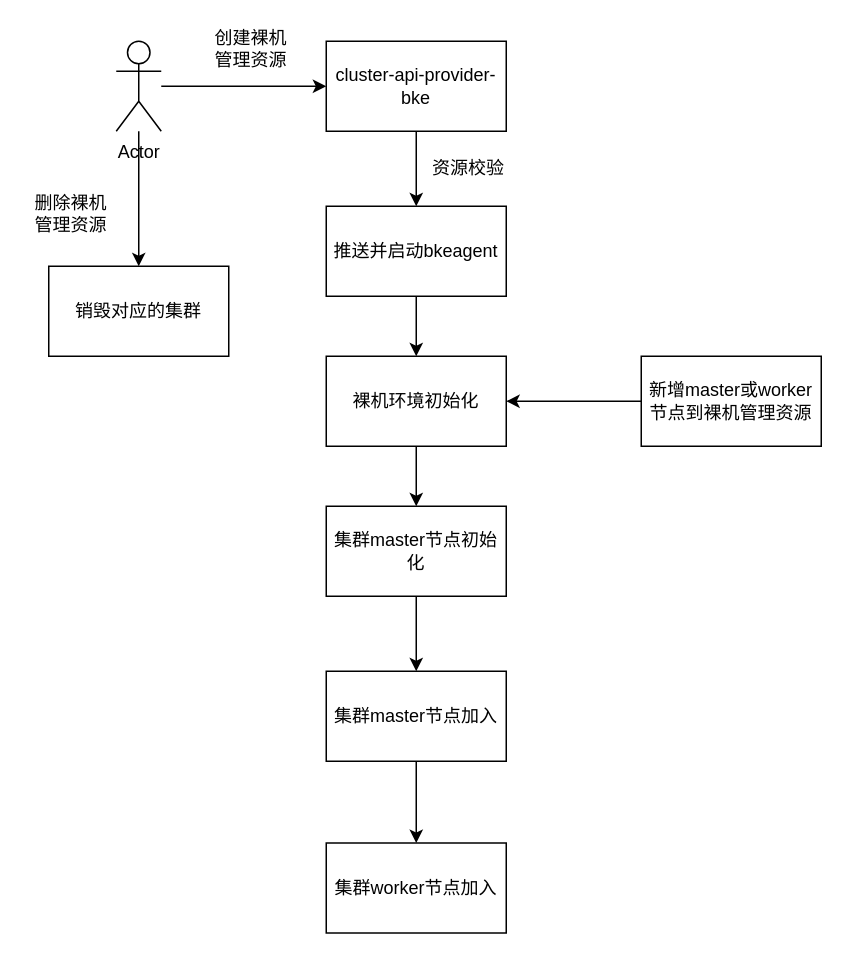
The draw.io diagram 未命名绘图.drawio in oldcc02/draw-io, before the edit. Source tidied: cells renumbered, new cells numbered last; positions are measured from the earlier drawing's top-left corner, leaving out a move shared by most shapes. Both pictures are drawn from the tidied source at 150%, with x=0, y=0 at pixel (26, 26).
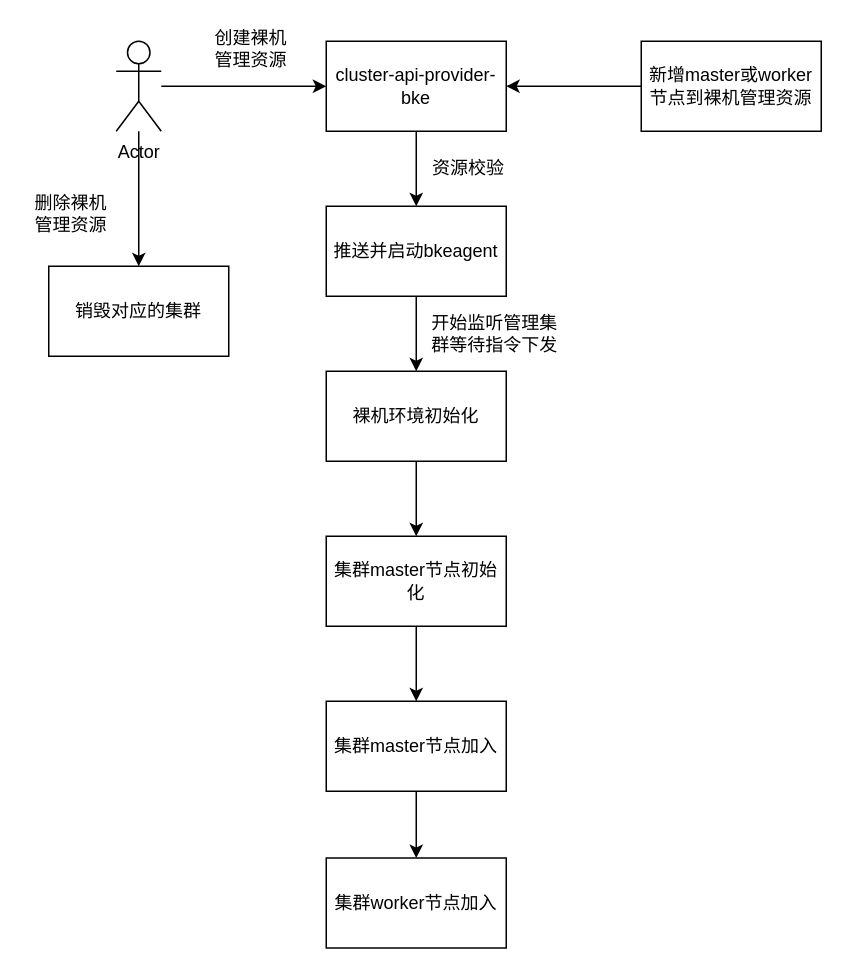
Above is the later version.

Unchanged cells that the change refers to:
```xml
<mxCell id="6" value="cluster-api-provider-bke" style="whiteSpace=wrap;html=1;rounded=0;" parent="1" vertex="1">
  <mxGeometry x="200" y="10" width="120" height="60" as="geometry" />
</mxCell>
```

Diff of the diagram source:
```diff
@@
     <mxCell id="11" value="裸机环境初始化" style="whiteSpace=wrap;html=1;rounded=0;" parent="1" vertex="1">
-      <mxGeometry x="200" y="220" width="120" height="60" as="geometry" />
+      <mxGeometry x="200" y="230" width="120" height="60" as="geometry" />
     </mxCell>
@@
     <mxCell id="14" value="集群master节点初始化" style="whiteSpace=wrap;html=1;rounded=0;" parent="1" vertex="1">
-      <mxGeometry x="200" y="320" width="120" height="60" as="geometry" />
+      <mxGeometry x="200" y="340" width="120" height="60" as="geometry" />
     </mxCell>
@@
     <mxCell id="16" value="集群master节点加入" style="whiteSpace=wrap;html=1;rounded=0;" parent="1" vertex="1">
-      <mxGeometry x="200" y="430" width="120" height="60" as="geometry" />
+      <mxGeometry x="200" y="450" width="120" height="60" as="geometry" />
     </mxCell>
     <mxCell id="17" value="集群worker节点加入" style="whiteSpace=wrap;html=1;rounded=0;" parent="1" vertex="1">
-      <mxGeometry x="200" y="544.5" width="120" height="60" as="geometry" />
+      <mxGeometry x="200" y="554.5" width="120" height="60" as="geometry" />
     </mxCell>
-    <mxCell id="18" style="edgeStyle=orthogonalEdgeStyle;rounded=0;jettySize=auto;html=1;fontFamily=Helvetica;fontSize=12;fontColor=default;" parent="1" edge="1" source="19" target="11">
-      <mxGeometry relative="1" as="geometry" />
-    </mxCell>
+    <mxCell id="22" style="edgeStyle=orthogonalEdgeStyle;rounded=0;jettySize=auto;html=1;fontFamily=Helvetica;fontSize=12;fontColor=default;" parent="1" edge="1" source="19" target="6">
+      <mxGeometry relative="1" as="geometry" />
+    </mxCell>
     <mxCell id="19" value="新增master或worker节点到裸机管理资源" style="rounded=0;whiteSpace=wrap;html=1;strokeColor=default;fontFamily=Helvetica;fontSize=12;fontColor=default;fillColor=default;" parent="1" vertex="1">
-      <mxGeometry x="410" y="220" width="120" height="60" as="geometry" />
+      <mxGeometry x="410" y="10" width="120" height="60" as="geometry" />
     </mxCell>
@@
+    <mxCell id="23" value="开始监听管理集群等待指令下发" style="text;strokeColor=none;align=center;fillColor=none;html=1;verticalAlign=middle;whiteSpace=wrap;rounded=0;fontSize=12;fontFamily=Helvetica;fontColor=default;" parent="1" vertex="1">
+      <mxGeometry x="265" y="190" width="95" height="30" as="geometry" />
+    </mxCell>
```
